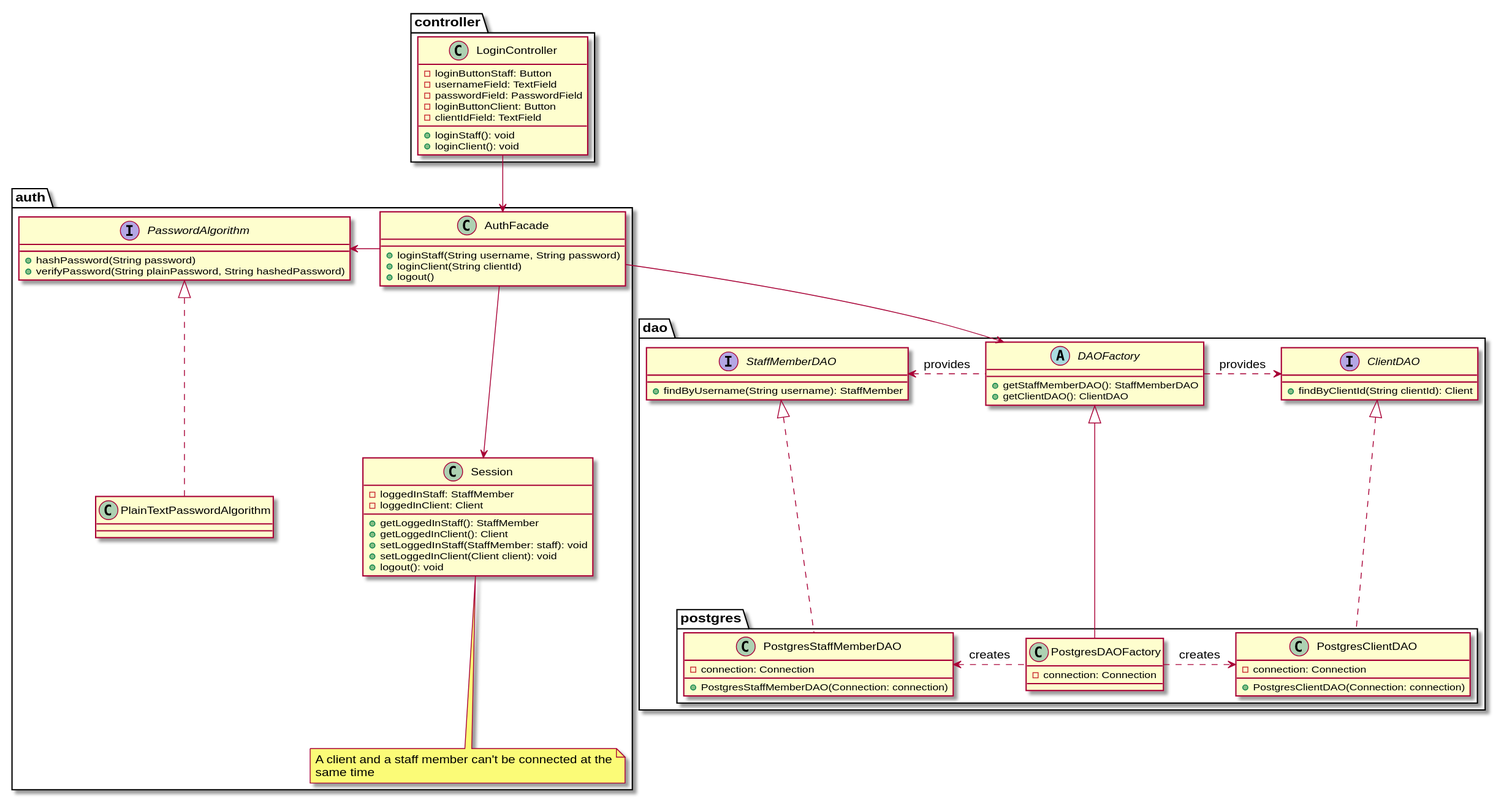
Before: specifications/software-design/authentication/auth-class-diagram.svg, a diagram exported from PlantUML (BrokenSwing/Comixaire).
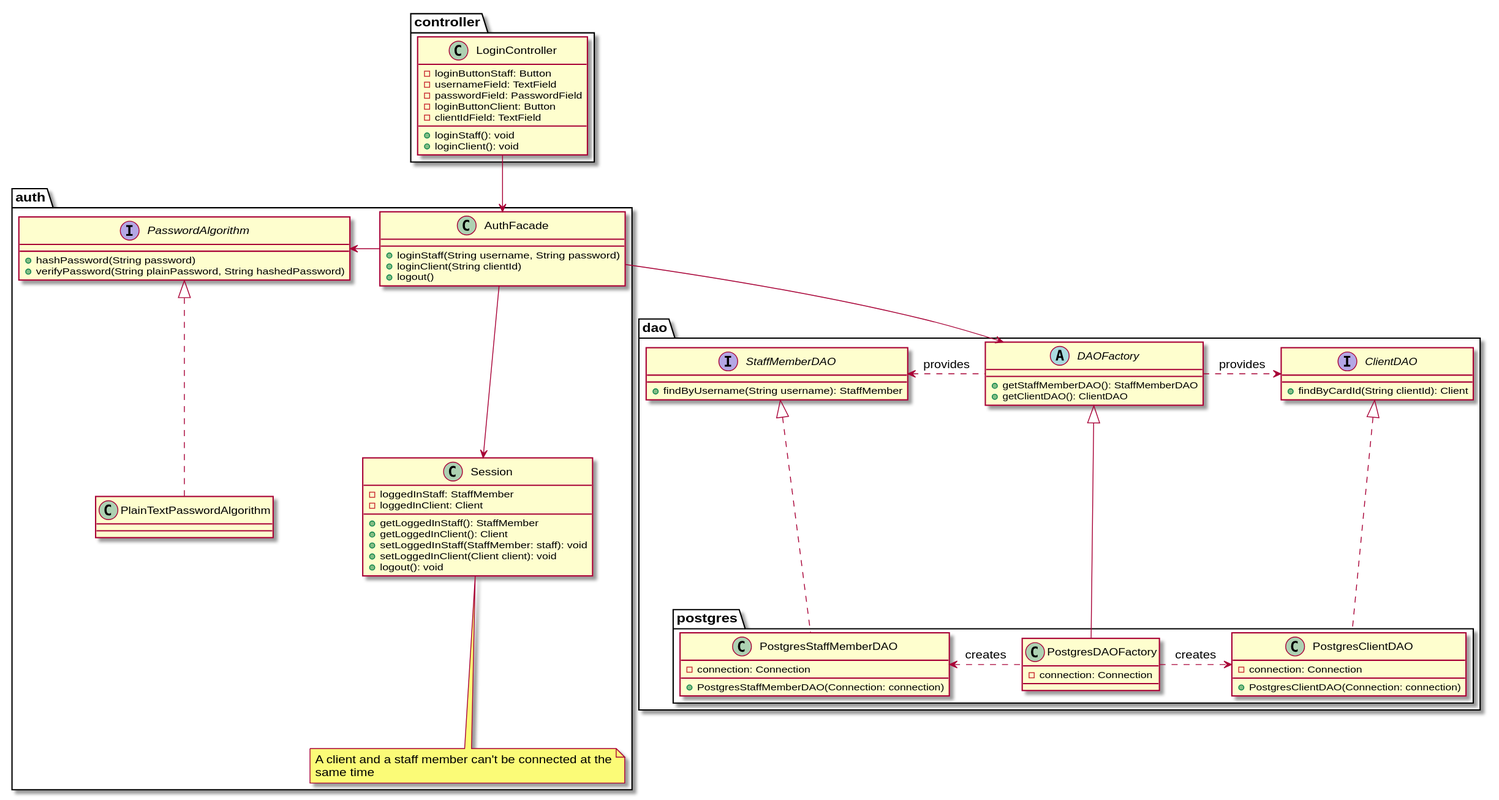
After the change.

Commit message:
Rename findByClientId to findByCardId

Diff of the diagram source:
```diff
@@ -59,7 +59,7 @@
   }
 
   interface ClientDAO {
-    +findByClientId(String clientId): Client
+    +findByCardId(String clientId): Client
   }
 
   package postgres {
```
